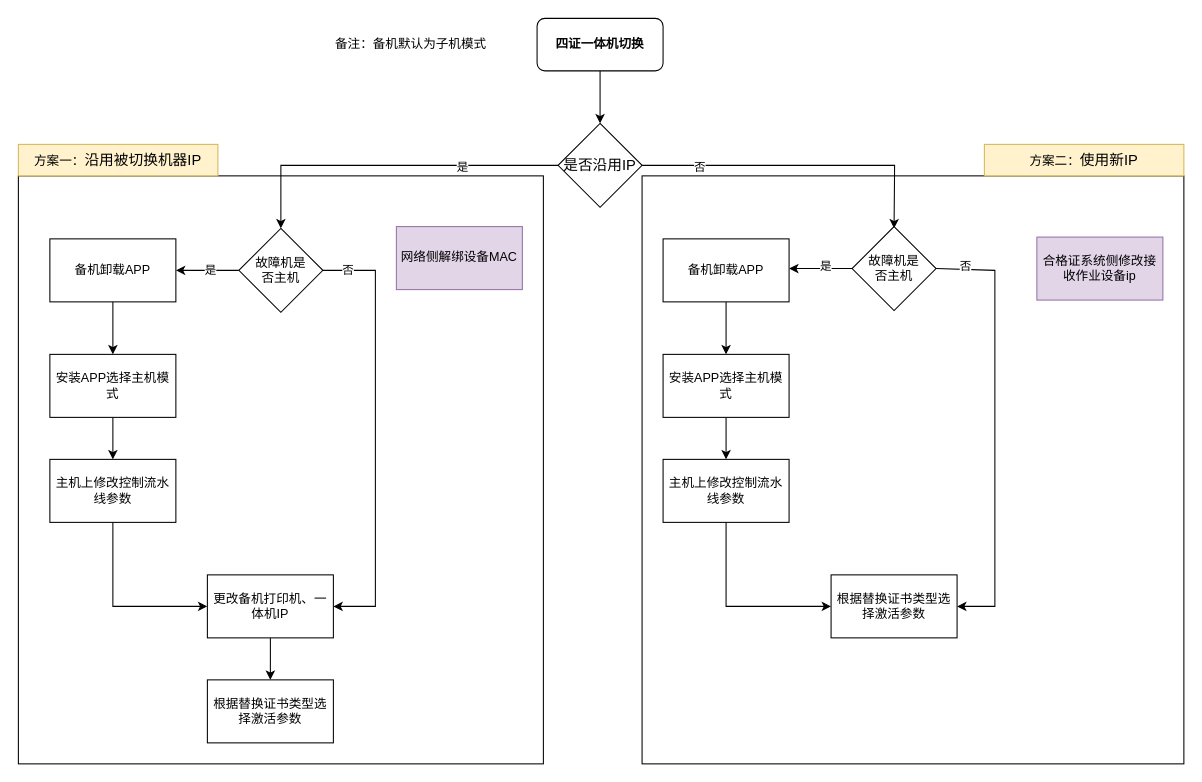
Before: page "第 2 页" (2 of 4) of 未命名绘图.drawio in fgh2894/fgh2894.github.io, a draw.io diagram. Source tidied: cells renumbered, new cells numbered last; positions are measured from the earlier drawing's top-left corner, leaving out a move shared by most shapes. Both pictures are drawn from the tidied source at 105%, with x=0, y=0 at pixel (18, 18).
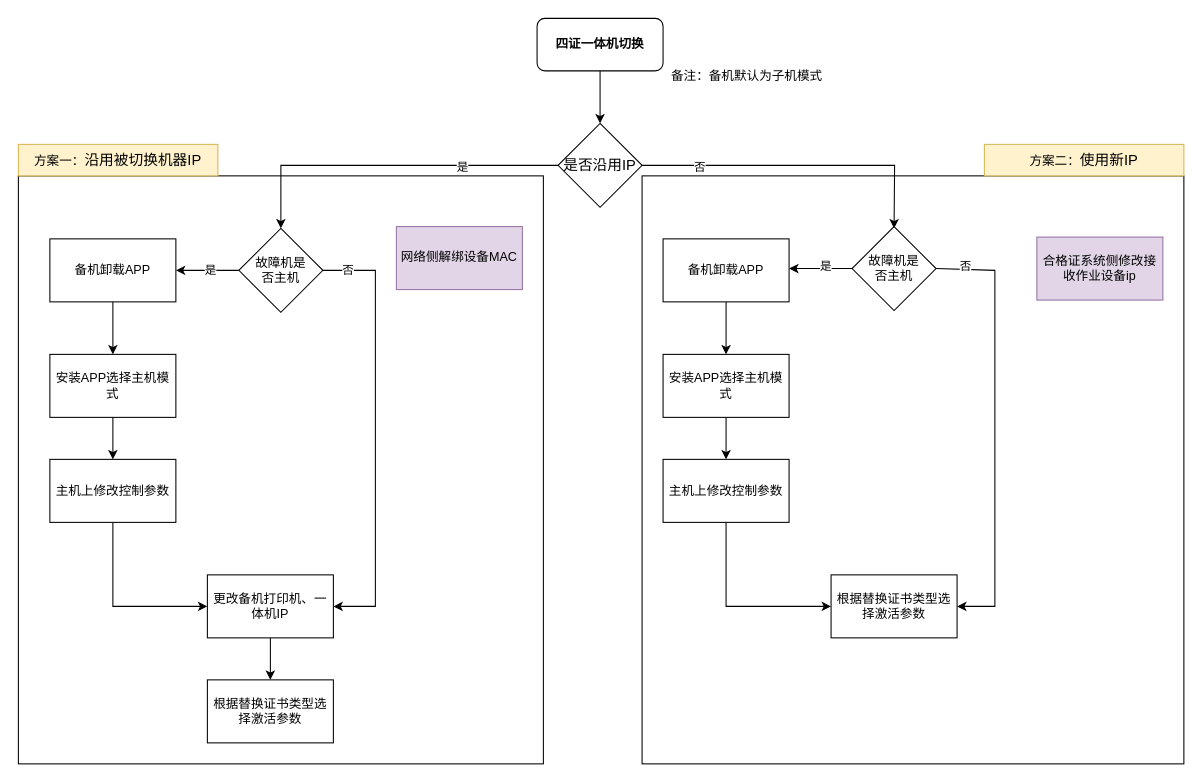
Above is the later version.

The edit, as a diff of the source:
```diff
@@
     <mxCell id="24" value="备注：备机默认为子机模式" style="text;html=1;align=center;verticalAlign=middle;whiteSpace=wrap;rounded=0;" parent="1" vertex="1">
-      <mxGeometry x="254" y="10" width="240" height="30" as="geometry" />
+      <mxGeometry x="614" y="40" width="160" height="30" as="geometry" />
     </mxCell>
@@
-    <mxCell id="28" value="主机上修改控制流水线参数" style="whiteSpace=wrap;html=1;" parent="1" vertex="1">
+    <mxCell id="28" value="主机上修改控制参数" style="whiteSpace=wrap;html=1;" parent="1" vertex="1">
       <mxGeometry x="614" y="420" width="120" height="60" as="geometry" />
     </mxCell>
@@
-    <mxCell id="38" value="主机上修改控制流水线参数" style="whiteSpace=wrap;html=1;" parent="1" vertex="1">
+    <mxCell id="38" value="主机上修改控制参数" style="whiteSpace=wrap;html=1;" parent="1" vertex="1">
       <mxGeometry x="30" y="420" width="120" height="60" as="geometry" />
     </mxCell>
```
